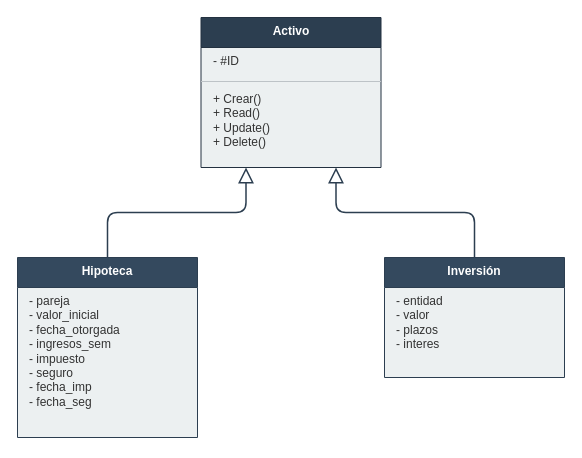
Earlier version of the draw.io diagram Docs_Folder/Iteracion 1/DiagClasesit1.drawio (delgadosanty/MSGF-repository). Source tidied: cells renumbered, new cells numbered last; positions are measured from the earlier drawing's top-left corner, leaving out a move shared by most shapes. Both pictures are drawn from the tidied source at 100%, with x=0, y=0 at pixel (17, 17).
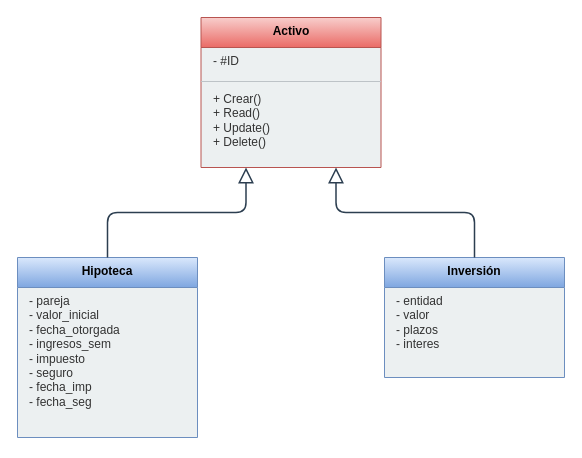
The same diagram, later.

What changed in the source:
```diff
@@
 <mxGraphModel>
   <root>
     <mxCell id="0" />
     <mxCell id="1" parent="0" />
-    <mxCell id="2" value="Activo" style="swimlane;fontStyle=1;align=center;verticalAlign=top;horizontal=1;startSize=30;whiteSpace=wrap;html=1;fillColor=#2C3E50;fontColor=#FFFFFF;strokeColor=#233140;swimlaneFillColor=#ECF0F1;" parent="1" vertex="1">
+    <mxCell id="2" value="Activo" style="swimlane;fontStyle=1;align=center;verticalAlign=top;horizontal=1;startSize=30;whiteSpace=wrap;html=1;fillColor=#f8cecc;strokeColor=#b85450;swimlaneFillColor=#ECF0F1;gradientColor=#ea6b66;" parent="1" vertex="1">
       <mxGeometry x="183.5" width="180" height="150" as="geometry" />
     </mxCell>
     <mxCell id="3" value="- #ID" style="text;strokeColor=none;fillColor=none;align=left;verticalAlign=top;spacingLeft=10;spacingRight=4;overflow=hidden;whiteSpace=wrap;html=1;fontColor=#333333;" parent="2" vertex="1">
       <mxGeometry y="30" width="180" height="30" as="geometry" />
     </mxCell>
     <mxCell id="4" style="line;strokeWidth=1;fillColor=none;align=left;verticalAlign=middle;spacingTop=-1;spacingLeft=3;spacingRight=3;labelPosition=right;strokeColor=#BDC3C7;labelPerimeter=1;" parent="2" vertex="1">
       <mxGeometry y="60" width="180" height="8" as="geometry" />
     </mxCell>
     <mxCell id="5" value="+ Crear()&lt;div&gt;+ Read()&lt;/div&gt;&lt;div&gt;+ Update()&lt;/div&gt;&lt;div&gt;+ Delete()&lt;/div&gt;" style="text;strokeColor=none;fillColor=none;align=left;verticalAlign=top;spacingLeft=10;spacingRight=4;overflow=hidden;whiteSpace=wrap;html=1;fontColor=#333333;" parent="2" vertex="1">
       <mxGeometry y="68" width="180" height="82" as="geometry" />
     </mxCell>
-    <mxCell id="6" value="Hipoteca" style="swimlane;fontStyle=1;align=center;verticalAlign=top;horizontal=1;startSize=30;whiteSpace=wrap;html=1;fillColor=#34495E;fontColor=#FFFFFF;strokeColor=#2C3E50;swimlaneFillColor=#ECF0F1;" parent="1" vertex="1">
+    <mxCell id="6" value="Hipoteca" style="swimlane;fontStyle=1;align=center;verticalAlign=top;horizontal=1;startSize=30;whiteSpace=wrap;html=1;fillColor=#dae8fc;strokeColor=#6c8ebf;swimlaneFillColor=#ECF0F1;gradientColor=#7ea6e0;" parent="1" vertex="1">
       <mxGeometry y="240" width="180" height="180" as="geometry" />
     </mxCell>
     <mxCell id="7" value="- pareja&lt;div&gt;- valor_inicial&lt;/div&gt;&lt;div&gt;- fecha_otorgada&lt;/div&gt;&lt;div&gt;- ingresos_sem&lt;/div&gt;&lt;div&gt;- impuesto&lt;/div&gt;&lt;div&gt;- seguro&lt;/div&gt;&lt;div&gt;- fecha_imp&lt;/div&gt;&lt;div&gt;- fecha_seg&lt;/div&gt;" style="text;strokeColor=none;fillColor=none;align=left;verticalAlign=top;spacingLeft=10;spacingRight=4;overflow=hidden;whiteSpace=wrap;html=1;fontColor=#333333;fontFamily=Helvetica;" parent="6" vertex="1">
       <mxGeometry y="30" width="180" height="150" as="geometry" />
     </mxCell>
-    <mxCell id="8" value="Inversión" style="swimlane;fontStyle=1;align=center;verticalAlign=top;horizontal=1;startSize=30;whiteSpace=wrap;html=1;fillColor=#34495E;fontColor=#FFFFFF;strokeColor=#2C3E50;swimlaneFillColor=#ECF0F1;" parent="1" vertex="1">
+    <mxCell id="8" value="Inversión" style="swimlane;fontStyle=1;align=center;verticalAlign=top;horizontal=1;startSize=30;whiteSpace=wrap;html=1;fillColor=#dae8fc;strokeColor=#6c8ebf;swimlaneFillColor=#ECF0F1;gradientColor=#7ea6e0;" parent="1" vertex="1">
       <mxGeometry x="367" y="240" width="180" height="120" as="geometry" />
     </mxCell>
     <mxCell id="9" value="- entidad&lt;div&gt;- valor&lt;/div&gt;&lt;div&gt;- plazos&lt;/div&gt;&lt;div&gt;- interes&lt;/div&gt;" style="text;strokeColor=none;fillColor=none;align=left;verticalAlign=top;spacingLeft=10;spacingRight=4;overflow=hidden;whiteSpace=wrap;html=1;fontColor=#333333;fontFamily=Helvetica;" parent="8" vertex="1">
       <mxGeometry y="30" width="180" height="90" as="geometry" />
     </mxCell>
     <mxCell id="10" style="endArrow=block;endFill=0;endSize=12;html=1;rounded=1;edgeStyle=orthogonalEdgeStyle;strokeColor=#2C3E50;strokeWidth=1.5;exitX=0.5;exitY=0;exitDx=0;exitDy=0;entryX=0.25;entryY=1;entryDx=0;entryDy=0;" parent="1" edge="1" source="6" target="2">
       <mxGeometry relative="1" as="geometry" />
     </mxCell>
     <mxCell id="11" style="endArrow=block;endFill=0;endSize=12;html=1;rounded=1;edgeStyle=orthogonalEdgeStyle;strokeColor=#2C3E50;strokeWidth=1.5;exitX=0.5;exitY=0;exitDx=0;exitDy=0;entryX=0.75;entryY=1;entryDx=0;entryDy=0;" parent="1" edge="1" source="8" target="2">
       <mxGeometry relative="1" as="geometry" />
     </mxCell>
   </root>
 </mxGraphModel>
```
